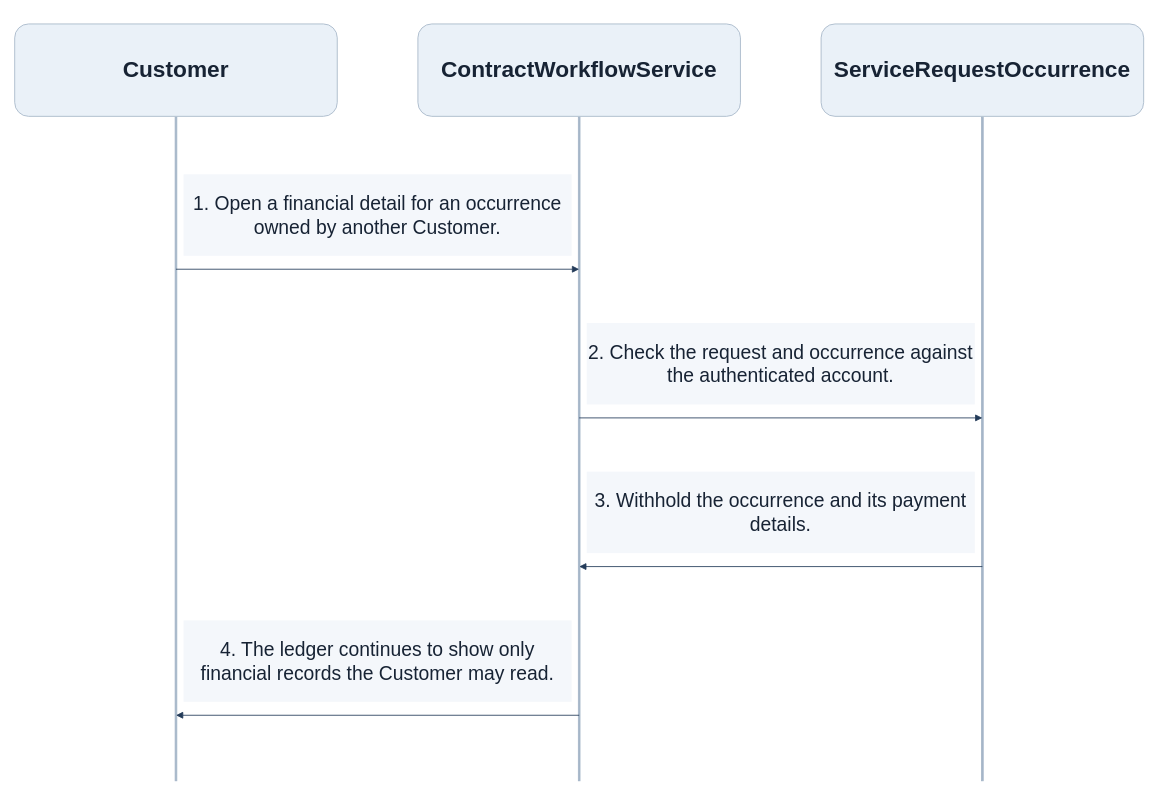
The draw.io diagram page "FE-05 Financial Ledger Outside Owner Scope" (31 of 50) of diagrams/smartdrone-sequence-diagrams.drawio in tungbach12/SmartDroneInspection-Docs, before the edit. Source tidied: cells renumbered, new cells numbered last; positions are measured from the earlier drawing's top-left corner, leaving out a move shared by most shapes. Both pictures are drawn from the tidied source at 84%, with x=0, y=0 at pixel (14, 24).
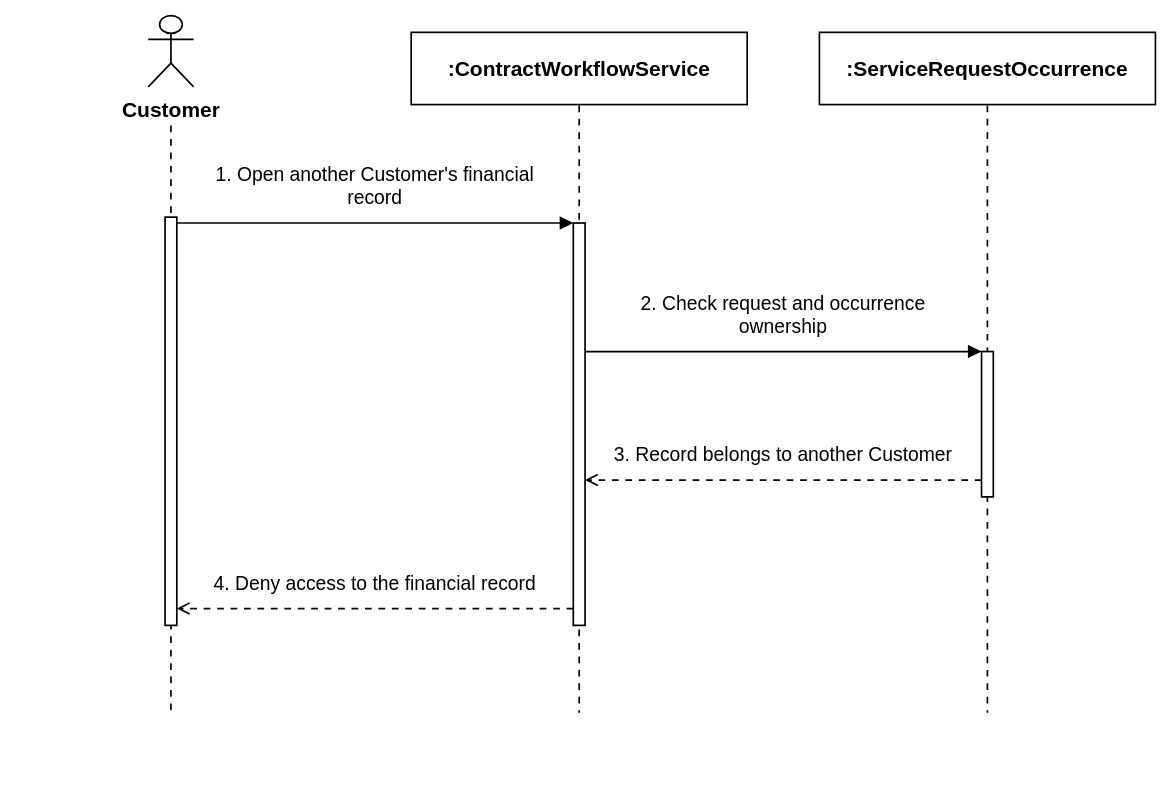
Above is the later version.

What changed in the source:
```diff
@@
-<mxGraphModel>
+<mxGraphModel background="#ffffff">
@@
-    <mxCell id="2" value="Customer" style="rounded=1;whiteSpace=wrap;html=1;fillColor=#EAF1F8;strokeColor=#A5B6C8;fontColor=#172334;fontSize=27;fontStyle=1;" parent="1" vertex="1">
-      <mxGeometry width="384" height="110" as="geometry" />
+    <mxCell id="2" value="Customer" style="shape=umlActor;verticalLabelPosition=bottom;verticalAlign=top;html=1;fillColor=#ffffff;strokeColor=#000000;fontColor=#000000;fontStyle=1;fontSize=25;fontFamily=Helvetica;strokeWidth=2;spacingTop=5;" parent="1" vertex="1">
+      <mxGeometry x="159" y="-10" width="54" height="85" as="geometry" />
     </mxCell>
-    <mxCell id="3" style="strokeColor=#A5B6C8;fillColor=#A5B6C8;" parent="1" vertex="1">
-      <mxGeometry x="191" y="111" width="2" height="790" as="geometry" />
+    <mxCell id="3" style="line;strokeWidth=2;direction=south;html=1;dashed=1;dashPattern=4 4;strokeColor=#000000;fillColor=none;" parent="1" vertex="1">
+      <mxGeometry x="185" y="121" width="2" height="699" as="geometry" />
     </mxCell>
-    <mxCell id="4" value="ContractWorkflowService" style="rounded=1;whiteSpace=wrap;html=1;fillColor=#EAF1F8;strokeColor=#A5B6C8;fontColor=#172334;fontSize=27;fontStyle=1;" parent="1" vertex="1">
-      <mxGeometry x="480" width="384" height="110" as="geometry" />
+    <mxCell id="4" value=":ContractWorkflowService" style="rounded=0;whiteSpace=wrap;html=1;fillColor=#ffffff;strokeColor=#000000;strokeWidth=2;fontColor=#000000;fontStyle=1;fontSize=25;fontFamily=Helvetica;" parent="1" vertex="1">
+      <mxGeometry x="472" y="10" width="400" height="86" as="geometry" />
     </mxCell>
-    <mxCell id="5" style="strokeColor=#A5B6C8;fillColor=#A5B6C8;" parent="1" vertex="1">
-      <mxGeometry x="671" y="111" width="2" height="790" as="geometry" />
+    <mxCell id="5" style="line;strokeWidth=2;direction=south;html=1;dashed=1;dashPattern=4 4;strokeColor=#000000;fillColor=none;" parent="1" vertex="1">
+      <mxGeometry x="671" y="97" width="2" height="723" as="geometry" />
     </mxCell>
-    <mxCell id="6" value="ServiceRequestOccurrence" style="rounded=1;whiteSpace=wrap;html=1;fillColor=#EAF1F8;strokeColor=#A5B6C8;fontColor=#172334;fontSize=27;fontStyle=1;" parent="1" vertex="1">
-      <mxGeometry x="960" width="384" height="110" as="geometry" />
+    <mxCell id="6" value=":ServiceRequestOccurrence" style="rounded=0;whiteSpace=wrap;html=1;fillColor=#ffffff;strokeColor=#000000;strokeWidth=2;fontColor=#000000;fontStyle=1;fontSize=25;fontFamily=Helvetica;" parent="1" vertex="1">
+      <mxGeometry x="958" y="10" width="400" height="86" as="geometry" />
     </mxCell>
-    <mxCell id="7" style="strokeColor=#A5B6C8;fillColor=#A5B6C8;" parent="1" vertex="1">
-      <mxGeometry x="1151" y="111" width="2" height="790" as="geometry" />
+    <mxCell id="7" style="line;strokeWidth=2;direction=south;html=1;dashed=1;dashPattern=4 4;strokeColor=#000000;fillColor=none;" parent="1" vertex="1">
+      <mxGeometry x="1157" y="97" width="2" height="723" as="geometry" />
     </mxCell>
+    <mxCell id="16" style="rounded=0;whiteSpace=wrap;html=1;fillColor=#ffffff;strokeColor=#000000;strokeWidth=2;" parent="1" vertex="1">
+      <mxGeometry x="179" y="230" width="14" height="486" as="geometry" />
+    </mxCell>
+    <mxCell id="17" style="rounded=0;whiteSpace=wrap;html=1;fillColor=#ffffff;strokeColor=#000000;strokeWidth=2;" parent="1" vertex="1">
+      <mxGeometry x="665" y="237" width="14" height="479" as="geometry" />
+    </mxCell>
+    <mxCell id="18" style="rounded=0;whiteSpace=wrap;html=1;fillColor=#ffffff;strokeColor=#000000;strokeWidth=2;" parent="1" vertex="1">
+      <mxGeometry x="1151" y="390" width="14" height="173" as="geometry" />
+    </mxCell>
+    <mxCell id="9" style="html=1;strokeColor=#000000;strokeWidth=2;endSize=11;endArrow=block;endFill=1;" parent="1" edge="1">
+      <mxGeometry relative="1" as="geometry">
+        <mxPoint x="193" y="237" as="sourcePoint" />
+        <mxPoint x="665" y="237" as="targetPoint" />
+      </mxGeometry>
+    </mxCell>
-    <mxCell id="8" value="1. Open a financial detail for an occurrence owned by another Customer." style="text;html=1;whiteSpace=wrap;align=center;verticalAlign=middle;strokeColor=none;fillColor=none;fontColor=#172334;fontSize=27;fillColor=#F4F7FB;fontSize=23;" parent="1" vertex="1">
-      <mxGeometry x="201" y="179" width="462" height="97" as="geometry" />
+    <mxCell id="8" value="1. Open another Customer's financial record" style="text;html=1;strokeColor=none;fillColor=none;align=center;verticalAlign=middle;whiteSpace=wrap;fontColor=#000000;fontFamily=Helvetica;fontSize=23;verticalAlign=bottom;" parent="1" vertex="1">
+      <mxGeometry x="206" y="107" width="446" height="117" as="geometry" />
     </mxCell>
-    <mxCell id="9" style="endArrow=block;endFill=1;html=1;strokeColor=#233B59;fontColor=#172334;fontSize=23;" parent="1" edge="1">
-      <mxGeometry relative="1" as="geometry">
-        <mxPoint x="192" y="292" as="sourcePoint" />
-        <mxPoint x="672" y="292" as="targetPoint" />
-      </mxGeometry>
-    </mxCell>
+    <mxCell id="11" style="html=1;strokeColor=#000000;strokeWidth=2;endSize=11;endArrow=block;endFill=1;" parent="1" edge="1">
+      <mxGeometry relative="1" as="geometry">
+        <mxPoint x="679" y="390" as="sourcePoint" />
+        <mxPoint x="1151" y="390" as="targetPoint" />
+      </mxGeometry>
+    </mxCell>
-    <mxCell id="10" value="2. Check the request and occurrence against the authenticated account." style="text;html=1;whiteSpace=wrap;align=center;verticalAlign=middle;strokeColor=none;fillColor=none;fontColor=#172334;fontSize=27;fillColor=#F4F7FB;fontSize=23;" parent="1" vertex="1">
-      <mxGeometry x="681" y="356" width="462" height="97" as="geometry" />
+    <mxCell id="10" value="2. Check request and occurrence ownership" style="text;html=1;strokeColor=none;fillColor=none;align=center;verticalAlign=middle;whiteSpace=wrap;fontColor=#000000;fontFamily=Helvetica;fontSize=23;verticalAlign=bottom;" parent="1" vertex="1">
+      <mxGeometry x="692" y="260" width="446" height="117" as="geometry" />
     </mxCell>
-    <mxCell id="11" style="endArrow=block;endFill=1;html=1;strokeColor=#233B59;fontColor=#172334;fontSize=23;" parent="1" edge="1">
-      <mxGeometry relative="1" as="geometry">
-        <mxPoint x="672" y="469" as="sourcePoint" />
-        <mxPoint x="1152" y="469" as="targetPoint" />
-      </mxGeometry>
-    </mxCell>
+    <mxCell id="13" style="html=1;strokeColor=#000000;strokeWidth=2;endSize=11;dashed=1;dashPattern=4 4;endArrow=open;endFill=0;" parent="1" edge="1">
+      <mxGeometry relative="1" as="geometry">
+        <mxPoint x="1151" y="543" as="sourcePoint" />
+        <mxPoint x="679" y="543" as="targetPoint" />
+      </mxGeometry>
+    </mxCell>
-    <mxCell id="12" value="3. Withhold the occurrence and its payment details." style="text;html=1;whiteSpace=wrap;align=center;verticalAlign=middle;strokeColor=none;fillColor=none;fontColor=#172334;fontSize=27;fillColor=#F4F7FB;fontSize=23;" parent="1" vertex="1">
-      <mxGeometry x="681" y="533" width="462" height="97" as="geometry" />
+    <mxCell id="12" value="3. Record belongs to another Customer" style="text;html=1;strokeColor=none;fillColor=none;align=center;verticalAlign=middle;whiteSpace=wrap;fontColor=#000000;fontFamily=Helvetica;fontSize=23;verticalAlign=bottom;" parent="1" vertex="1">
+      <mxGeometry x="692" y="413" width="446" height="117" as="geometry" />
     </mxCell>
-    <mxCell id="13" style="endArrow=block;endFill=1;html=1;strokeColor=#233B59;fontColor=#172334;fontSize=23;" parent="1" edge="1">
-      <mxGeometry relative="1" as="geometry">
-        <mxPoint x="1152" y="646" as="sourcePoint" />
-        <mxPoint x="672" y="646" as="targetPoint" />
-      </mxGeometry>
-    </mxCell>
+    <mxCell id="15" style="html=1;strokeColor=#000000;strokeWidth=2;endSize=11;dashed=1;dashPattern=4 4;endArrow=open;endFill=0;" parent="1" edge="1">
+      <mxGeometry relative="1" as="geometry">
+        <mxPoint x="665" y="696" as="sourcePoint" />
+        <mxPoint x="193" y="696" as="targetPoint" />
+      </mxGeometry>
+    </mxCell>
-    <mxCell id="14" value="4. The ledger continues to show only financial records the Customer may read." style="text;html=1;whiteSpace=wrap;align=center;verticalAlign=middle;strokeColor=none;fillColor=none;fontColor=#172334;fontSize=27;fillColor=#F4F7FB;fontSize=23;" parent="1" vertex="1">
-      <mxGeometry x="201" y="710" width="462" height="97" as="geometry" />
+    <mxCell id="14" value="4. Deny access to the financial record" style="text;html=1;strokeColor=none;fillColor=none;align=center;verticalAlign=middle;whiteSpace=wrap;fontColor=#000000;fontFamily=Helvetica;fontSize=23;verticalAlign=bottom;" parent="1" vertex="1">
+      <mxGeometry x="206" y="566" width="446" height="117" as="geometry" />
     </mxCell>
-    <mxCell id="15" style="endArrow=block;endFill=1;html=1;strokeColor=#233B59;fontColor=#172334;fontSize=23;" parent="1" edge="1">
-      <mxGeometry relative="1" as="geometry">
-        <mxPoint x="672" y="823" as="sourcePoint" />
-        <mxPoint x="192" y="823" as="targetPoint" />
-      </mxGeometry>
-    </mxCell>
```
